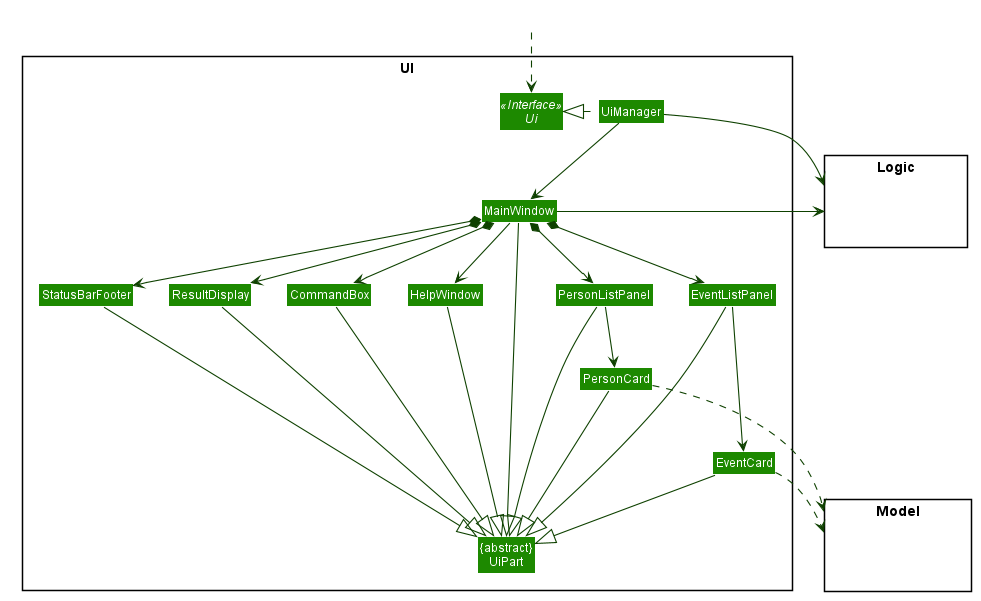
yanchenglee98/tp keeps this PlantUML diagram as docs/images/UiClassDiagram.png. Above is the earlier version.
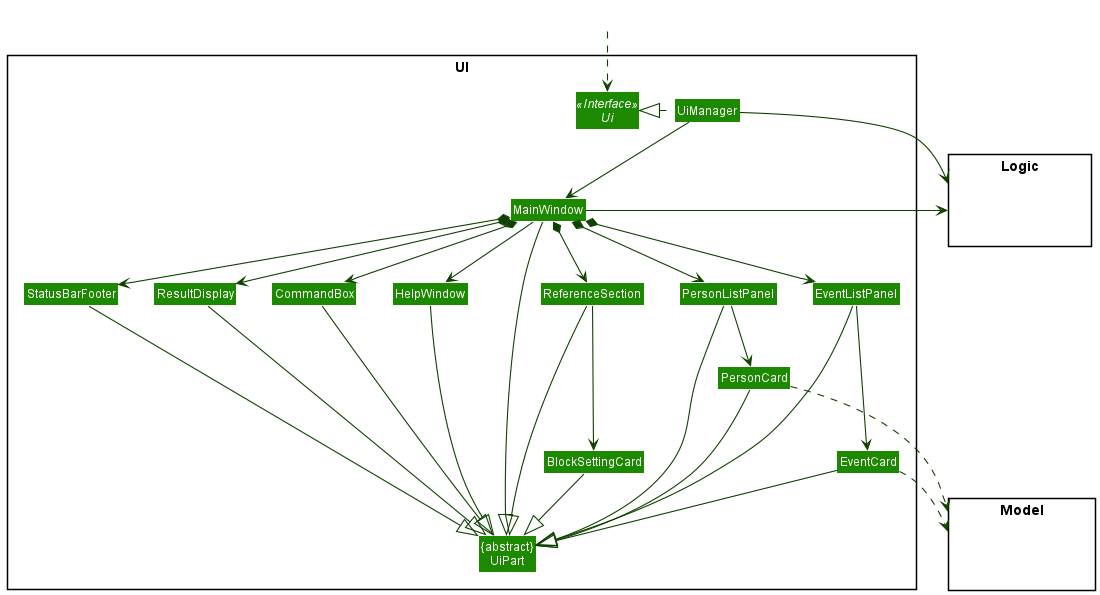
Later version of the same file.

What changed in the source:
```diff
@@ -1,55 +1,8 @@
 @startuml
-
-
-
-
-
-
-
-
-skinparam BackgroundColor #FFFFFFF
-
-skinparam Shadowing false
-
-skinparam Class {
-    FontColor #FFFFFF
-    BorderThickness 1
-    BorderColor #FFFFFF
-    StereotypeFontColor #FFFFFF
-    FontName Arial
-}
-
-skinparam Actor {
-    BorderColor #000000
-    Color #000000
-    FontName Arial
-}
-
-skinparam Sequence {
-    MessageAlign center
-    BoxFontSize 15
-    BoxPadding 0
-    BoxFontColor #FFFFFF
-    FontName Arial
-}
-
-skinparam Participant {
-    FontColor #FFFFFFF
-    Padding 20
-}
-
-skinparam MinClassWidth 50
-skinparam ParticipantPadding 10
-skinparam Shadowing false
-skinparam DefaultTextAlignment center
-skinparam packageStyle Rectangle
-
-hide footbox
-hide members
-hide circle
+!include style.puml
 skinparam arrowThickness 1.1
-skinparam arrowColor #0E4100
-skinparam classBackgroundColor #1D8900
+skinparam arrowColor UI_COLOR_T4
+skinparam classBackgroundColor UI_COLOR
 
 package UI <<Rectangle>>{
 Interface Ui <<Interface>>
@@ -64,6 +17,8 @@
 Class EventCard
 Class StatusBarFooter
 Class CommandBox
+Class ReferenceSection
+Class BlockSettingCard
 }
 
 package Model <<Rectangle>> {
@@ -83,11 +38,13 @@
 MainWindow *-down-> CommandBox
 MainWindow *-down-> ResultDisplay
 MainWindow *-down-> PersonListPanel
+MainWindow *-down-> ReferenceSection
 MainWindow *-down-> EventListPanel
 MainWindow *-down-> StatusBarFooter
 
 PersonListPanel -down-> PersonCard
 EventListPanel -down--> EventCard
+ReferenceSection -down--> BlockSettingCard
 
 MainWindow -left-|> UiPart
 
@@ -97,6 +54,8 @@
 PersonCard --|> UiPart
 EventListPanel --|> UiPart
 EventCard --|> UiPart
+ReferenceSection --|> UiPart
+BlockSettingCard --|> UiPart
 StatusBarFooter --|> UiPart
 HelpWindow -down-|> UiPart
 
```
